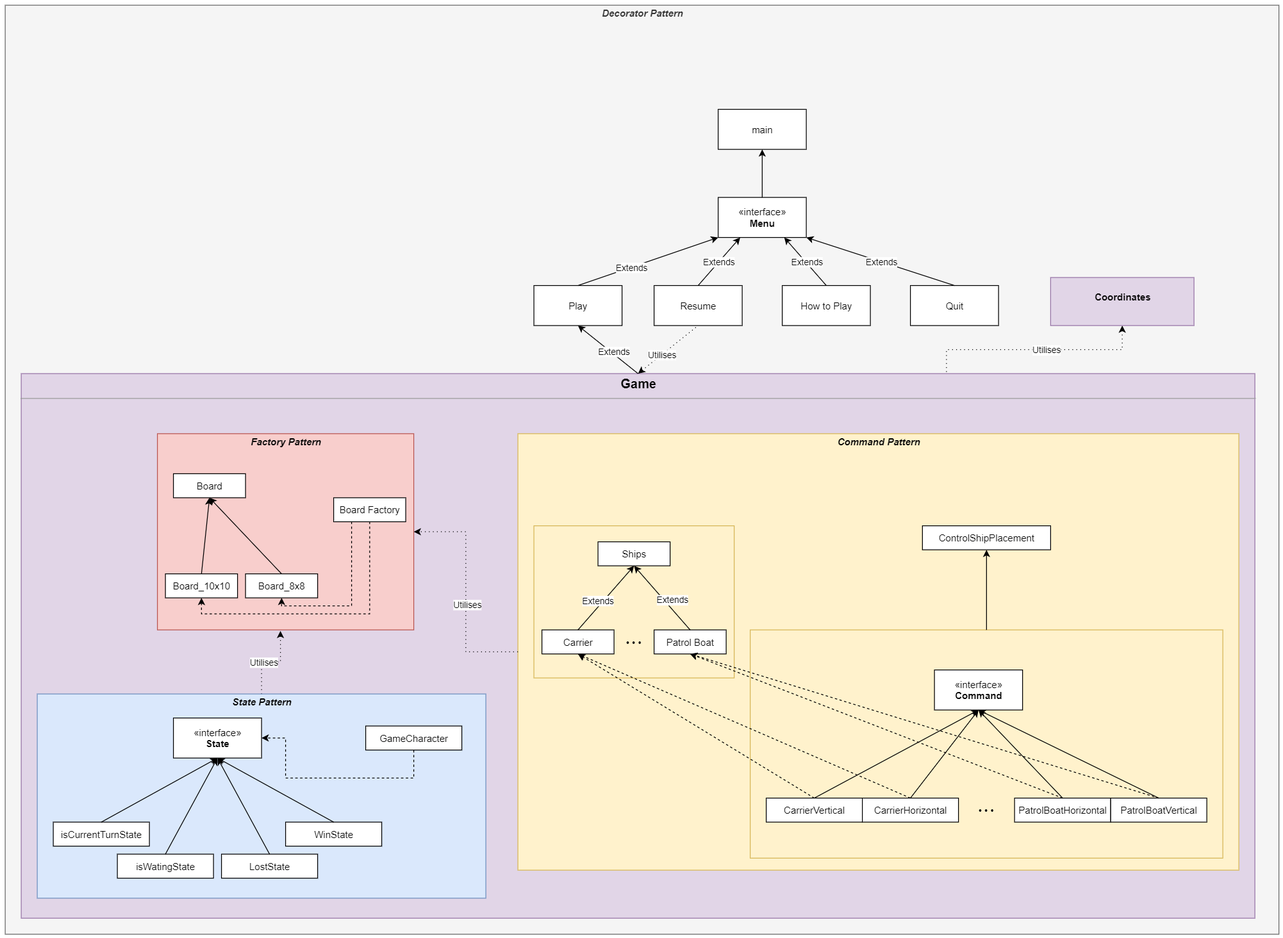
The draw.io diagram BattelshipGameCodeMap.png in VadimBir/Battleship, before a commit. Source tidied: cells renumbered, new cells last; positions are measured from the earlier drawing's top-left corner, leaving out a move shared by most shapes.
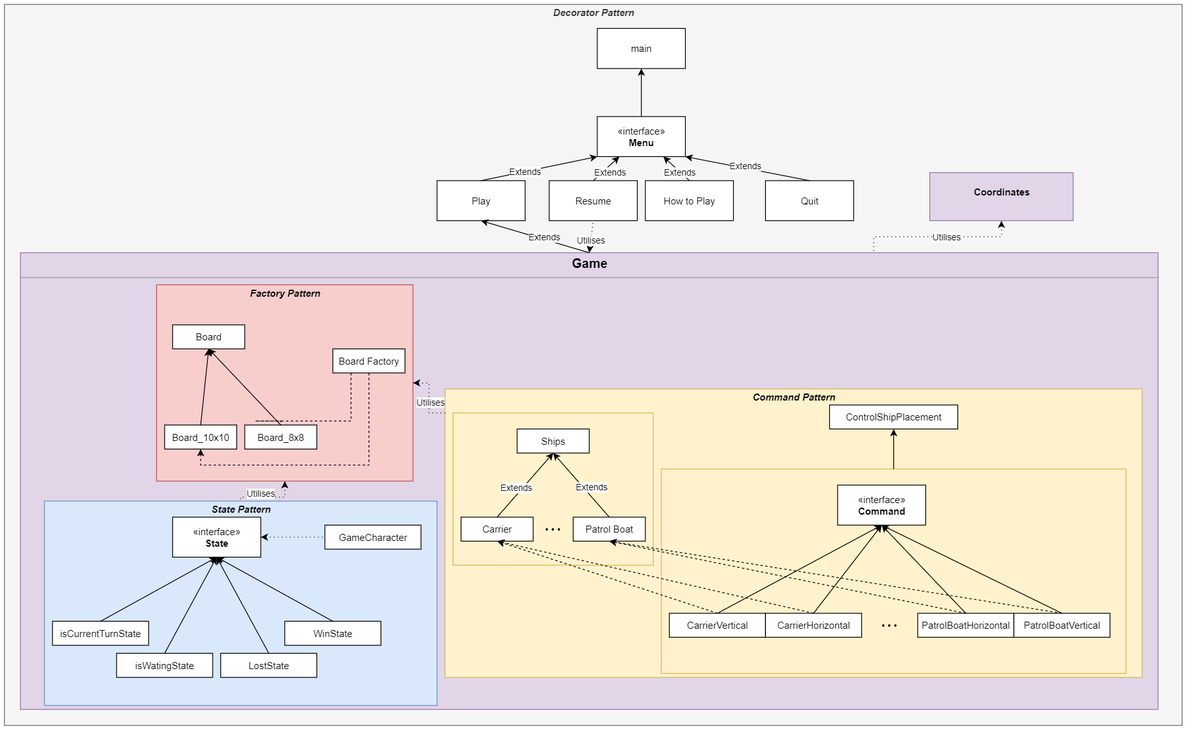
After the commit.

Change to the diagram source:
```diff
@@ -3,25 +3,25 @@
     <mxCell id="0" />
     <mxCell id="1" parent="0" />
     <mxCell id="2" value="&lt;p style=&quot;margin: 0px ; margin-top: 4px ; text-align: center&quot;&gt;&lt;b&gt;&lt;i&gt;Decorator Pattern&lt;/i&gt;&lt;/b&gt;&lt;/p&gt;" style="verticalAlign=top;align=left;overflow=fill;fontSize=12;fontFamily=Helvetica;html=1;fillColor=#f5f5f5;strokeColor=#666666;fontColor=#333333;" parent="1" vertex="1">
-      <mxGeometry width="1590" height="1160" as="geometry" />
+      <mxGeometry x="120" y="230" width="1470" height="900" as="geometry" />
     </mxCell>
     <mxCell id="3" value="main" style="html=1;" parent="1" vertex="1">
-      <mxGeometry x="890" y="130" width="110" height="50" as="geometry" />
+      <mxGeometry x="860" y="260" width="110" height="50" as="geometry" />
     </mxCell>
     <mxCell id="4" value="«interface»&lt;br&gt;&lt;b&gt;Menu&lt;/b&gt;" style="html=1;" parent="1" vertex="1">
-      <mxGeometry x="890" y="240" width="110" height="50" as="geometry" />
+      <mxGeometry x="860" y="370" width="110" height="50" as="geometry" />
     </mxCell>
     <mxCell id="5" value="Play" style="html=1;" parent="1" vertex="1">
-      <mxGeometry x="660" y="350" width="110" height="50" as="geometry" />
+      <mxGeometry x="660" y="450" width="110" height="50" as="geometry" />
     </mxCell>
     <mxCell id="6" value="How to Play" style="html=1;" parent="1" vertex="1">
-      <mxGeometry x="970" y="350" width="110" height="50" as="geometry" />
+      <mxGeometry x="920" y="450" width="110" height="50" as="geometry" />
     </mxCell>
     <mxCell id="7" value="Resume" style="html=1;" parent="1" vertex="1">
-      <mxGeometry x="810" y="350" width="110" height="50" as="geometry" />
+      <mxGeometry x="800" y="450" width="110" height="50" as="geometry" />
     </mxCell>
     <mxCell id="8" value="Quit" style="html=1;" parent="1" vertex="1">
-      <mxGeometry x="1130" y="350" width="110" height="50" as="geometry" />
+      <mxGeometry x="1070" y="450" width="110" height="50" as="geometry" />
     </mxCell>
     <mxCell id="9" style="endArrow=classic;html=1;exitX=0.5;exitY=0;exitDx=0;exitDy=0;entryX=0;entryY=1;entryDx=0;entryDy=0;" parent="1" edge="1" source="5" target="4">
       <mxGeometry relative="1" as="geometry" />
@@ -34,7 +34,7 @@
     </mxCell>
     <mxCell id="12" value="Extends" style="edgeLabel;html=1;align=center;verticalAlign=middle;" parent="11" vertex="1">
       <mxGeometry x="-0.56" y="-2" relative="1" as="geometry">
-        <mxPoint x="11.9" y="-18" as="offset" />
+        <mxPoint x="11.9" y="-5.3" as="offset" />
       </mxGeometry>
     </mxCell>
     <mxCell id="13" style="endArrow=classic;html=1;exitX=0.5;exitY=0;exitDx=0;exitDy=0;entryX=0.75;entryY=1;entryDx=0;entryDy=0;" parent="1" edge="1" source="6" target="4">
@@ -54,7 +54,7 @@
       </mxGeometry>
     </mxCell>
     <mxCell id="17" value="&lt;p style=&quot;margin: 4px 0px 0px ; text-align: center ; font-size: 16px&quot;&gt;&lt;b&gt;&lt;font style=&quot;font-size: 16px&quot;&gt;Game&lt;/font&gt;&lt;/b&gt;&lt;/p&gt;&lt;hr size=&quot;1&quot; style=&quot;font-size: 16px&quot;&gt;&lt;div style=&quot;height: 2px ; font-size: 16px&quot;&gt;&lt;/div&gt;" style="verticalAlign=top;align=left;overflow=fill;fontSize=12;fontFamily=Helvetica;html=1;fillColor=#e1d5e7;strokeColor=#9673a6;" parent="1" vertex="1">
-      <mxGeometry x="20" y="460" width="1540" height="680" as="geometry" />
+      <mxGeometry x="140" y="540" width="1420" height="570" as="geometry" />
     </mxCell>
     <mxCell id="18" style="endArrow=classic;html=1;exitX=0.5;exitY=0;exitDx=0;exitDy=0;entryX=0.5;entryY=1;entryDx=0;entryDy=0;" parent="1" edge="1" source="17" target="5">
       <mxGeometry relative="1" as="geometry" />
@@ -69,10 +69,10 @@
       <mxGeometry x="-0.21" relative="1" as="geometry" />
     </mxCell>
     <mxCell id="22" value="&lt;p style=&quot;margin: 0px ; margin-top: 4px ; text-align: center&quot;&gt;&lt;b&gt;&lt;i&gt;Factory Pattern&lt;/i&gt;&lt;/b&gt;&lt;/p&gt;" style="verticalAlign=top;align=left;overflow=fill;fontSize=12;fontFamily=Helvetica;html=1;fillColor=#f8cecc;strokeColor=#b85450;" parent="1" vertex="1">
-      <mxGeometry x="190" y="535" width="320" height="245" as="geometry" />
+      <mxGeometry x="310" y="580" width="320" height="245" as="geometry" />
     </mxCell>
     <mxCell id="23" value="Board" style="html=1;" parent="1" vertex="1">
-      <mxGeometry x="210" y="585" width="90" height="30" as="geometry" />
+      <mxGeometry x="330" y="630" width="90" height="30" as="geometry" />
     </mxCell>
     <mxCell id="24" style="edgeStyle=orthogonalEdgeStyle;rounded=0;jettySize=auto;html=1;exitX=0.5;exitY=1;exitDx=0;exitDy=0;entryX=0.5;entryY=1;entryDx=0;entryDy=0;dashed=1;" parent="1" edge="1" source="26" target="27">
       <mxGeometry relative="1" as="geometry" />
@@ -86,13 +86,13 @@
       </mxGeometry>
     </mxCell>
     <mxCell id="26" value="Board Factory" style="html=1;" parent="1" vertex="1">
-      <mxGeometry x="410" y="615" width="90" height="30" as="geometry" />
+      <mxGeometry x="530" y="660" width="90" height="30" as="geometry" />
     </mxCell>
     <mxCell id="27" value="Board_10x10" style="html=1;" parent="1" vertex="1">
-      <mxGeometry x="200" y="710" width="90" height="30" as="geometry" />
+      <mxGeometry x="320" y="755" width="90" height="30" as="geometry" />
     </mxCell>
     <mxCell id="28" value="Board_8x8" style="html=1;" parent="1" vertex="1">
-      <mxGeometry x="300" y="710" width="90" height="30" as="geometry" />
+      <mxGeometry x="420" y="755" width="90" height="30" as="geometry" />
     </mxCell>
     <mxCell id="29" style="endArrow=classic;html=1;exitX=0.5;exitY=0;exitDx=0;exitDy=0;entryX=0.5;entryY=1;entryDx=0;entryDy=0;" parent="1" edge="1" source="27" target="23">
       <mxGeometry relative="1" as="geometry" />
@@ -101,23 +101,17 @@
       <mxGeometry relative="1" as="geometry" />
     </mxCell>
     <mxCell id="31" value="&lt;p style=&quot;margin: 0px ; margin-top: 4px ; text-align: center&quot;&gt;&lt;b&gt;&lt;i&gt;Command Pattern&lt;/i&gt;&lt;/b&gt;&lt;br&gt;&lt;/p&gt;" style="verticalAlign=top;align=left;overflow=fill;fontSize=12;fontFamily=Helvetica;html=1;fillColor=#fff2cc;strokeColor=#d6b656;" parent="1" vertex="1">
-      <mxGeometry x="640" y="535" width="900" height="545" as="geometry" />
+      <mxGeometry x="670" y="710" width="870" height="360" as="geometry" />
     </mxCell>
     <mxCell id="32" value="Untitled Layer" parent="0" />
-    <mxCell id="33" style="edgeStyle=orthogonalEdgeStyle;rounded=0;jettySize=auto;html=1;dashed=1;dashPattern=1 4;entryX=0.48;entryY=1.005;entryDx=0;entryDy=0;entryPerimeter=0;" parent="32" edge="1" source="35" target="22">
-      <mxGeometry relative="1" as="geometry" />
-    </mxCell>
-    <mxCell id="34" value="Utilises" style="edgeLabel;html=1;align=center;verticalAlign=middle;" parent="33" vertex="1">
-      <mxGeometry x="-0.17" relative="1" as="geometry" />
-    </mxCell>
     <mxCell id="35" value="&lt;p style=&quot;margin: 0px ; margin-top: 4px ; text-align: center&quot;&gt;&lt;b&gt;&lt;i&gt;State Pattern&lt;/i&gt;&lt;/b&gt;&lt;br&gt;&lt;/p&gt;" style="verticalAlign=top;align=left;overflow=fill;fontSize=12;fontFamily=Helvetica;html=1;fillColor=#dae8fc;strokeColor=#6c8ebf;" parent="32" vertex="1">
-      <mxGeometry x="40" y="860" width="560" height="255" as="geometry" />
+      <mxGeometry x="170" y="850" width="490" height="255" as="geometry" />
     </mxCell>
     <mxCell id="36" value="&lt;p style=&quot;margin: 0px ; margin-top: 4px ; text-align: center&quot;&gt;&lt;br&gt;&lt;/p&gt;" style="verticalAlign=top;align=left;overflow=fill;fontSize=12;fontFamily=Helvetica;html=1;fillColor=#fff2cc;strokeColor=#d6b656;" parent="32" vertex="1">
-      <mxGeometry x="660" y="650" width="250" height="190" as="geometry" />
+      <mxGeometry x="680" y="740" width="250" height="190" as="geometry" />
     </mxCell>
     <mxCell id="37" value="&lt;p style=&quot;margin: 0px ; margin-top: 4px ; text-align: center&quot;&gt;&lt;br&gt;&lt;/p&gt;" style="verticalAlign=top;align=left;overflow=fill;fontSize=12;fontFamily=Helvetica;html=1;fillColor=#fff2cc;strokeColor=#d6b656;" parent="32" vertex="1">
-      <mxGeometry x="930" y="780" width="590" height="285" as="geometry" />
+      <mxGeometry x="940" y="810" width="580" height="255" as="geometry" />
     </mxCell>
     <mxCell id="38" style="edgeStyle=orthogonalEdgeStyle;rounded=0;jettySize=auto;html=1;exitX=0.5;exitY=0;exitDx=0;exitDy=0;entryX=0.5;entryY=1;entryDx=0;entryDy=0;" parent="32" edge="1" source="4" target="3">
       <mxGeometry relative="1" as="geometry" />
@@ -126,10 +120,10 @@
       <mxGeometry x="1160" y="830" width="110" height="50" as="geometry" />
     </mxCell>
     <mxCell id="40" value="Ships" style="html=1;" parent="32" vertex="1">
-      <mxGeometry x="740" y="670" width="90" height="30" as="geometry" />
+      <mxGeometry x="760" y="760" width="90" height="30" as="geometry" />
     </mxCell>
     <mxCell id="41" value="Carrier" style="html=1;" parent="32" vertex="1">
-      <mxGeometry x="670" y="780" width="90" height="30" as="geometry" />
+      <mxGeometry x="690" y="870" width="90" height="30" as="geometry" />
     </mxCell>
     <mxCell id="42" style="endArrow=classic;html=1;exitX=0.5;exitY=0;exitDx=0;exitDy=0;entryX=0.5;entryY=1;entryDx=0;entryDy=0;" parent="32" edge="1" source="41" target="40">
       <mxGeometry relative="1" as="geometry" />
@@ -140,7 +134,7 @@
       </mxGeometry>
     </mxCell>
     <mxCell id="44" value="Patrol Boat" style="html=1;" parent="32" vertex="1">
-      <mxGeometry x="810" y="780" width="90" height="30" as="geometry" />
+      <mxGeometry x="830" y="870" width="90" height="30" as="geometry" />
     </mxCell>
     <mxCell id="45" style="endArrow=classic;html=1;exitX=0.5;exitY=0;exitDx=0;exitDy=0;entryX=0.5;entryY=1;entryDx=0;entryDy=0;" parent="32" edge="1" source="44" target="40">
       <mxGeometry relative="1" as="geometry" />
@@ -151,7 +145,7 @@
       </mxGeometry>
     </mxCell>
     <mxCell id="47" value="• • •" style="text;html=1;strokeColor=none;fillColor=none;align=center;verticalAlign=middle;whiteSpace=wrap;rounded=0;" parent="32" vertex="1">
-      <mxGeometry x="765" y="785" width="40" height="20" as="geometry" />
+      <mxGeometry x="785" y="875" width="40" height="20" as="geometry" />
     </mxCell>
     <mxCell id="48" value="CarrierVertical" style="html=1;" parent="32" vertex="1">
       <mxGeometry x="950" y="990" width="120" height="30" as="geometry" />
@@ -181,7 +175,7 @@
       <mxGeometry x="1205" y="995" width="40" height="20" as="geometry" />
     </mxCell>
     <mxCell id="57" value="ControlShipPlacement" style="html=1;" parent="32" vertex="1">
-      <mxGeometry x="1145" y="650" width="160" height="30" as="geometry" />
+      <mxGeometry x="1150" y="730" width="160" height="30" as="geometry" />
     </mxCell>
     <mxCell id="58" style="endArrow=classic;html=1;exitX=0.5;exitY=0;exitDx=0;exitDy=0;entryX=0.5;entryY=1;entryDx=0;entryDy=0;" parent="32" edge="1" source="37" target="57">
       <mxGeometry relative="1" as="geometry" />
@@ -200,20 +194,23 @@
     <mxCell id="62" style="endArrow=classic;html=1;entryX=0.5;entryY=1;entryDx=0;entryDy=0;exitX=0.5;exitY=0;exitDx=0;exitDy=0;dashed=1;" parent="32" edge="1" source="51" target="44">
       <mxGeometry relative="1" as="geometry" />
     </mxCell>
+    <mxCell id="79" style="edgeStyle=orthogonalEdgeStyle;rounded=0;jettySize=auto;html=1;dashed=1;dashPattern=1 4;startArrow=classic;startFill=1;endArrow=none;endFill=0;" parent="32" edge="1" source="63" target="73">
+      <mxGeometry relative="1" as="geometry" />
+    </mxCell>
     <mxCell id="63" value="«interface»&lt;br&gt;&lt;b&gt;State&lt;/b&gt;" style="html=1;" parent="32" vertex="1">
-      <mxGeometry x="210" y="890" width="110" height="50" as="geometry" />
+      <mxGeometry x="330" y="870" width="110" height="50" as="geometry" />
     </mxCell>
     <mxCell id="64" value="isCurrentTurnState" style="html=1;" parent="32" vertex="1">
-      <mxGeometry x="60" y="1020" width="120" height="30" as="geometry" />
+      <mxGeometry x="180" y="1000" width="120" height="30" as="geometry" />
     </mxCell>
     <mxCell id="65" value="isWatingState" style="html=1;" parent="32" vertex="1">
-      <mxGeometry x="140" y="1060" width="120" height="30" as="geometry" />
+      <mxGeometry x="260" y="1040" width="120" height="30" as="geometry" />
     </mxCell>
     <mxCell id="66" value="LostState" style="html=1;" parent="32" vertex="1">
-      <mxGeometry x="270" y="1060" width="120" height="30" as="geometry" />
+      <mxGeometry x="390" y="1040" width="120" height="30" as="geometry" />
     </mxCell>
     <mxCell id="67" value="WinState" style="html=1;" parent="32" vertex="1">
-      <mxGeometry x="350" y="1020" width="120" height="30" as="geometry" />
+      <mxGeometry x="470" y="1000" width="120" height="30" as="geometry" />
     </mxCell>
     <mxCell id="68" style="endArrow=classic;html=1;exitX=0.5;exitY=0;exitDx=0;exitDy=0;entryX=0.5;entryY=1;entryDx=0;entryDy=0;" parent="32" edge="1" source="64" target="63">
       <mxGeometry relative="1" as="geometry" />
@@ -227,20 +224,16 @@
     <mxCell id="71" style="endArrow=classic;html=1;exitX=0.5;exitY=0;exitDx=0;exitDy=0;entryX=0.5;entryY=1;entryDx=0;entryDy=0;" parent="32" edge="1" source="67" target="63">
       <mxGeometry relative="1" as="geometry" />
     </mxCell>
-    <mxCell id="72" style="edgeStyle=orthogonalEdgeStyle;rounded=0;jettySize=auto;html=1;entryX=1;entryY=0.5;entryDx=0;entryDy=0;dashed=1;" parent="32" edge="1" source="73" target="63">
-      <mxGeometry relative="1" as="geometry">
-        <Array as="points">
-          <mxPoint x="510" y="965" />
-          <mxPoint x="350" y="965" />
-          <mxPoint x="350" y="915" />
-        </Array>
-      </mxGeometry>
-    </mxCell>
     <mxCell id="73" value="GameCharacter" style="html=1;" parent="32" vertex="1">
-      <mxGeometry x="450" y="900" width="120" height="30" as="geometry" />
+      <mxGeometry x="520" y="880" width="120" height="30" as="geometry" />
     </mxCell>
     <mxCell id="74" style="edgeStyle=orthogonalEdgeStyle;rounded=0;jettySize=auto;html=1;entryX=1;entryY=0.5;entryDx=0;entryDy=0;dashed=1;dashPattern=1 4;" parent="32" edge="1" source="31" target="22">
-      <mxGeometry relative="1" as="geometry" />
+      <mxGeometry relative="1" as="geometry">
+        <Array as="points">
+          <mxPoint x="650" y="740" />
+          <mxPoint x="650" y="703" />
+        </Array>
+      </mxGeometry>
     </mxCell>
     <mxCell id="75" value="Utilises" style="edgeLabel;html=1;align=center;verticalAlign=middle;" parent="74" vertex="1">
       <mxGeometry x="-0.12" y="-1" relative="1" as="geometry" />
@@ -252,7 +245,18 @@
       <mxGeometry x="-0.11" relative="1" as="geometry" />
     </mxCell>
     <mxCell id="78" value="&lt;p style=&quot;margin: 0px ; margin-top: 4px ; text-align: center&quot;&gt;&lt;br&gt;&lt;b&gt;Coordinates&lt;/b&gt;&lt;/p&gt;" style="verticalAlign=top;align=left;overflow=fill;fontSize=12;fontFamily=Helvetica;html=1;fillColor=#e1d5e7;strokeColor=#9673a6;" parent="32" vertex="1">
-      <mxGeometry x="1305" y="340" width="179" height="60" as="geometry" />
+      <mxGeometry x="1275" y="440" width="179" height="60" as="geometry" />
     </mxCell>
+    <mxCell id="80" style="edgeStyle=orthogonalEdgeStyle;rounded=0;jettySize=auto;html=1;exitX=0.5;exitY=1;exitDx=0;exitDy=0;entryX=0.5;entryY=0;entryDx=0;entryDy=0;dashed=1;dashPattern=1 4;startArrow=classic;startFill=1;endArrow=none;endFill=0;" parent="32" edge="1" source="22" target="35">
+      <mxGeometry relative="1" as="geometry" />
+    </mxCell>
+    <mxCell id="81" value="&lt;span style=&quot;color: rgba(0 , 0 , 0 , 0) ; font-family: monospace ; font-size: 0px ; background-color: rgb(248 , 249 , 250)&quot;&gt;%3CmxGraphModel%3E%3Croot%3E%3CmxCell%20id%3D%220%22%2F%3E%3CmxCell%20id%3D%221%22%20parent%3D%220%22%2F%3E%3CmxCell%20id%3D%222%22%20value%3D%22Utilises%22%20style%3D%22edgeLabel%3Bhtml%3D1%3Balign%3Dcenter%3BverticalAlign%3Dmiddle%3Bresizable%3D0%3Bpoints%3D%5B%5D%3B%22%20vertex%3D%221%22%20connectable%3D%220%22%20parent%3D%221%22%3E%3CmxGeometry%20x%3D%22671%22%20y%3D%22836%22%20as%3D%22geometry%22%2F%3E%3C%2FmxCell%3E%3C%2Froot%3E%3C%2FmxGraphModel%3Uti&lt;/span&gt;" style="edgeLabel;html=1;align=center;verticalAlign=middle;" parent="80" vertex="1">
+      <mxGeometry x="-0.07" relative="1" as="geometry" />
+    </mxCell>
+    <mxCell id="34" value="Utilises" style="edgeLabel;html=1;align=center;verticalAlign=middle;" parent="80" vertex="1">
+      <mxGeometry x="0.44" relative="1" as="geometry">
+        <mxPoint x="7.6" y="-5" as="offset" />
+      </mxGeometry>
+    </mxCell>
   </root>
 </mxGraphModel>
```
